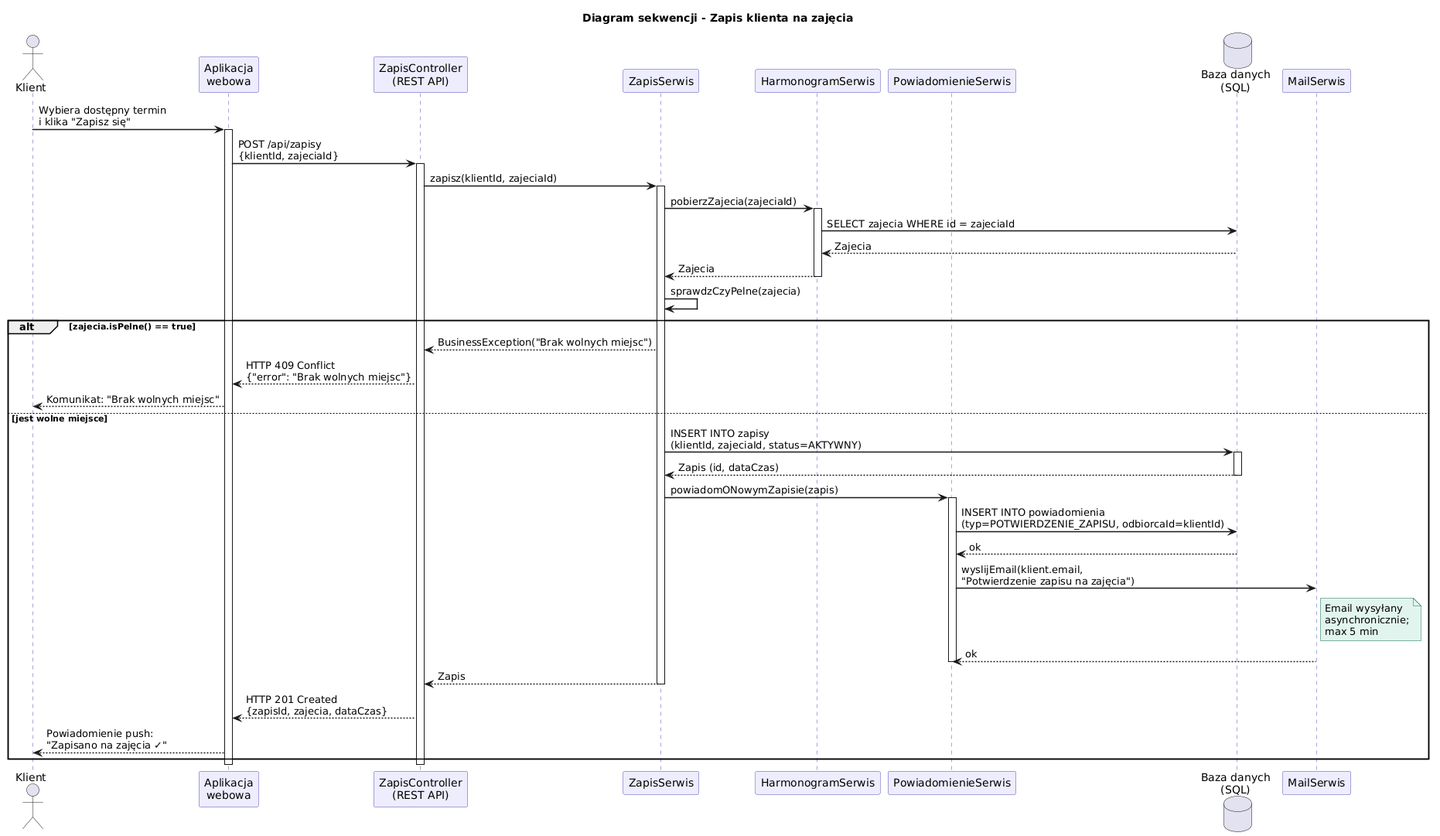
This is DiagramySekwencji/zapisNaZajeciaSekwencja.png from lukaszdeja/Delfinek, a PlantUML export, as it was before one commit. The source it was exported from:
```plantuml
@startuml
title Diagram sekwencji - Zapis klienta na zajęcia

skinparam sequenceArrowThickness 1.5
skinparam participantBorderColor #534AB7
skinparam participantBackgroundColor #EEEDFE
skinparam sequenceLifeLineBorderColor #534AB7
skinparam noteBackgroundColor #E1F5EE
skinparam noteBorderColor #0F6E56

actor Klient as K
participant "Aplikacja\nwebowa" as UI
participant "ZapisController\n(REST API)" as CTRL
participant "ZapisSerwis" as ZS
participant "HarmonogramSerwis" as HS
participant "PowiadomienieSerwis" as PS
database "Baza danych\n(SQL)" as DB
participant "MailSerwis" as MAIL

K -> UI : Wybiera dostępny termin\ni klika "Zapisz się"
activate UI

UI -> CTRL : POST /api/zapisy\n{klientId, zajeciaId}
activate CTRL

CTRL -> ZS : zapisz(klientId, zajeciaId)
activate ZS

ZS -> HS : pobierzZajecia(zajeciaId)
activate HS
HS -> DB : SELECT zajecia WHERE id = zajeciaId
DB --> HS : Zajecia
HS --> ZS : Zajecia
deactivate HS

ZS -> ZS : sprawdzCzyPelne(zajecia)
alt zajecia.isPelne() == true
    ZS --> CTRL : BusinessException("Brak wolnych miejsc")
    CTRL --> UI : HTTP 409 Conflict\n{"error": "Brak wolnych miejsc"}
    UI --> K : Komunikat: "Brak wolnych miejsc"
else jest wolne miejsce
    ZS -> DB : INSERT INTO zapisy\n(klientId, zajeciaId, status=AKTYWNY)
    activate DB
    DB --> ZS : Zapis (id, dataCzas)
    deactivate DB

    ZS -> PS : powiadomONowymZapisie(zapis)
    activate PS

    PS -> DB : INSERT INTO powiadomienia\n(typ=POTWIERDZENIE_ZAPISU, odbiorcaId=klientId)
    DB --> PS : ok

    PS -> MAIL : wyslijEmail(klient.email,\n"Potwierdzenie zapisu na zajęcia")
    note right of MAIL : Email wysyłany\nasynchronicznie;\nmax 5 min
    MAIL --> PS : ok
    deactivate PS

    ZS --> CTRL : Zapis
    deactivate ZS

    CTRL --> UI : HTTP 201 Created\n{zapisId, zajecia, dataCzas}
    UI --> K : Powiadomienie push:\n"Zapisano na zajęcia ✓"
end

deactivate CTRL
deactivate UI
@enduml
```
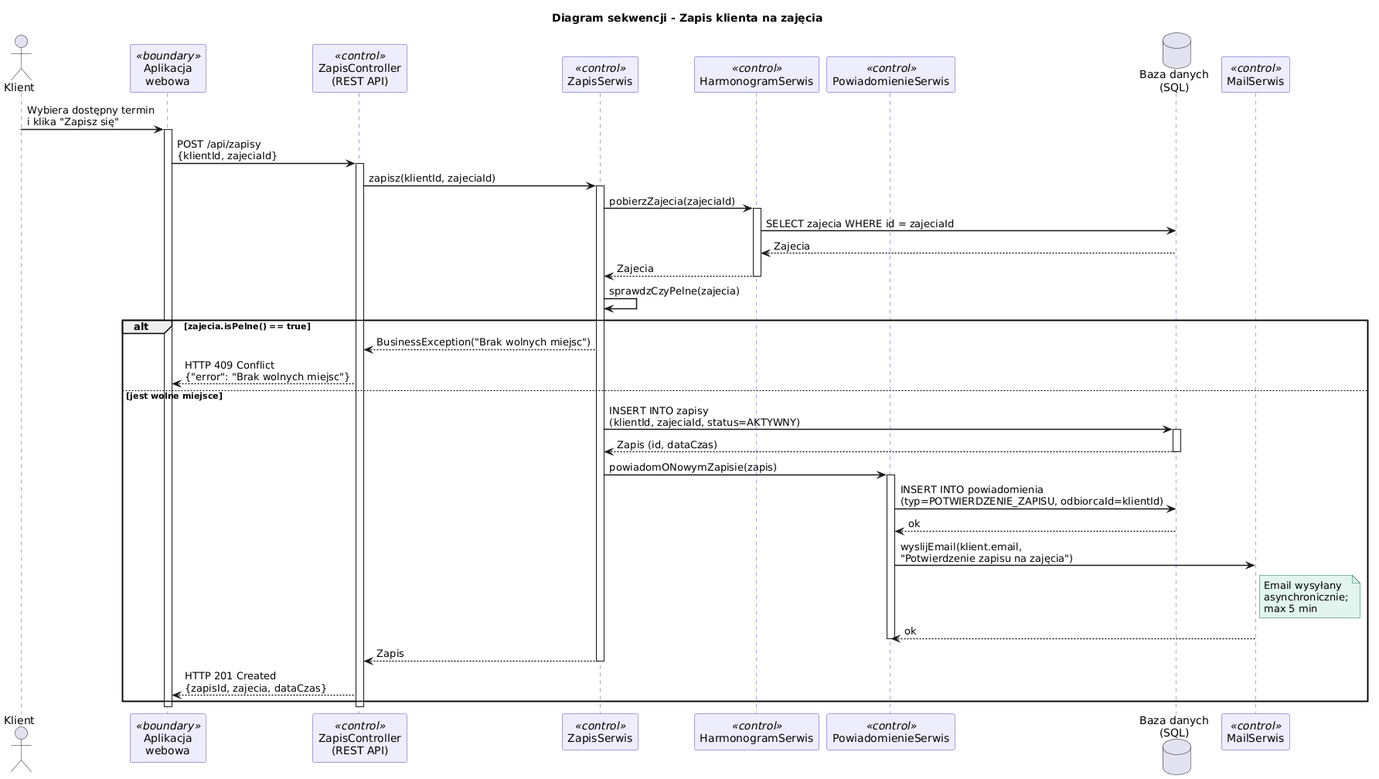
The same diagram one commit later.

Diff of the diagram source:
```diff
@@ -9,13 +9,13 @@
 skinparam noteBorderColor #0F6E56
 
 actor Klient as K
-participant "Aplikacja\nwebowa" as UI
-participant "ZapisController\n(REST API)" as CTRL
-participant "ZapisSerwis" as ZS
-participant "HarmonogramSerwis" as HS
-participant "PowiadomienieSerwis" as PS
+participant "Aplikacja\nwebowa" as UI <<boundary>>
+participant "ZapisController\n(REST API)" as CTRL <<control>>
+participant "ZapisSerwis" as ZS <<control>>
+participant "HarmonogramSerwis" as HS <<control>>
+participant "PowiadomienieSerwis" as PS <<control>>
 database "Baza danych\n(SQL)" as DB
-participant "MailSerwis" as MAIL
+participant "MailSerwis" as MAIL <<control>>
 
 K -> UI : Wybiera dostępny termin\ni klika "Zapisz się"
 activate UI
@@ -37,7 +37,6 @@
 alt zajecia.isPelne() == true
     ZS --> CTRL : BusinessException("Brak wolnych miejsc")
     CTRL --> UI : HTTP 409 Conflict\n{"error": "Brak wolnych miejsc"}
-    UI --> K : Komunikat: "Brak wolnych miejsc"
 else jest wolne miejsce
     ZS -> DB : INSERT INTO zapisy\n(klientId, zajeciaId, status=AKTYWNY)
     activate DB
@@ -59,7 +58,6 @@
     deactivate ZS
 
     CTRL --> UI : HTTP 201 Created\n{zapisId, zajecia, dataCzas}
-    UI --> K : Powiadomienie push:\n"Zapisano na zajęcia ✓"
 end
 
 deactivate CTRL
```
